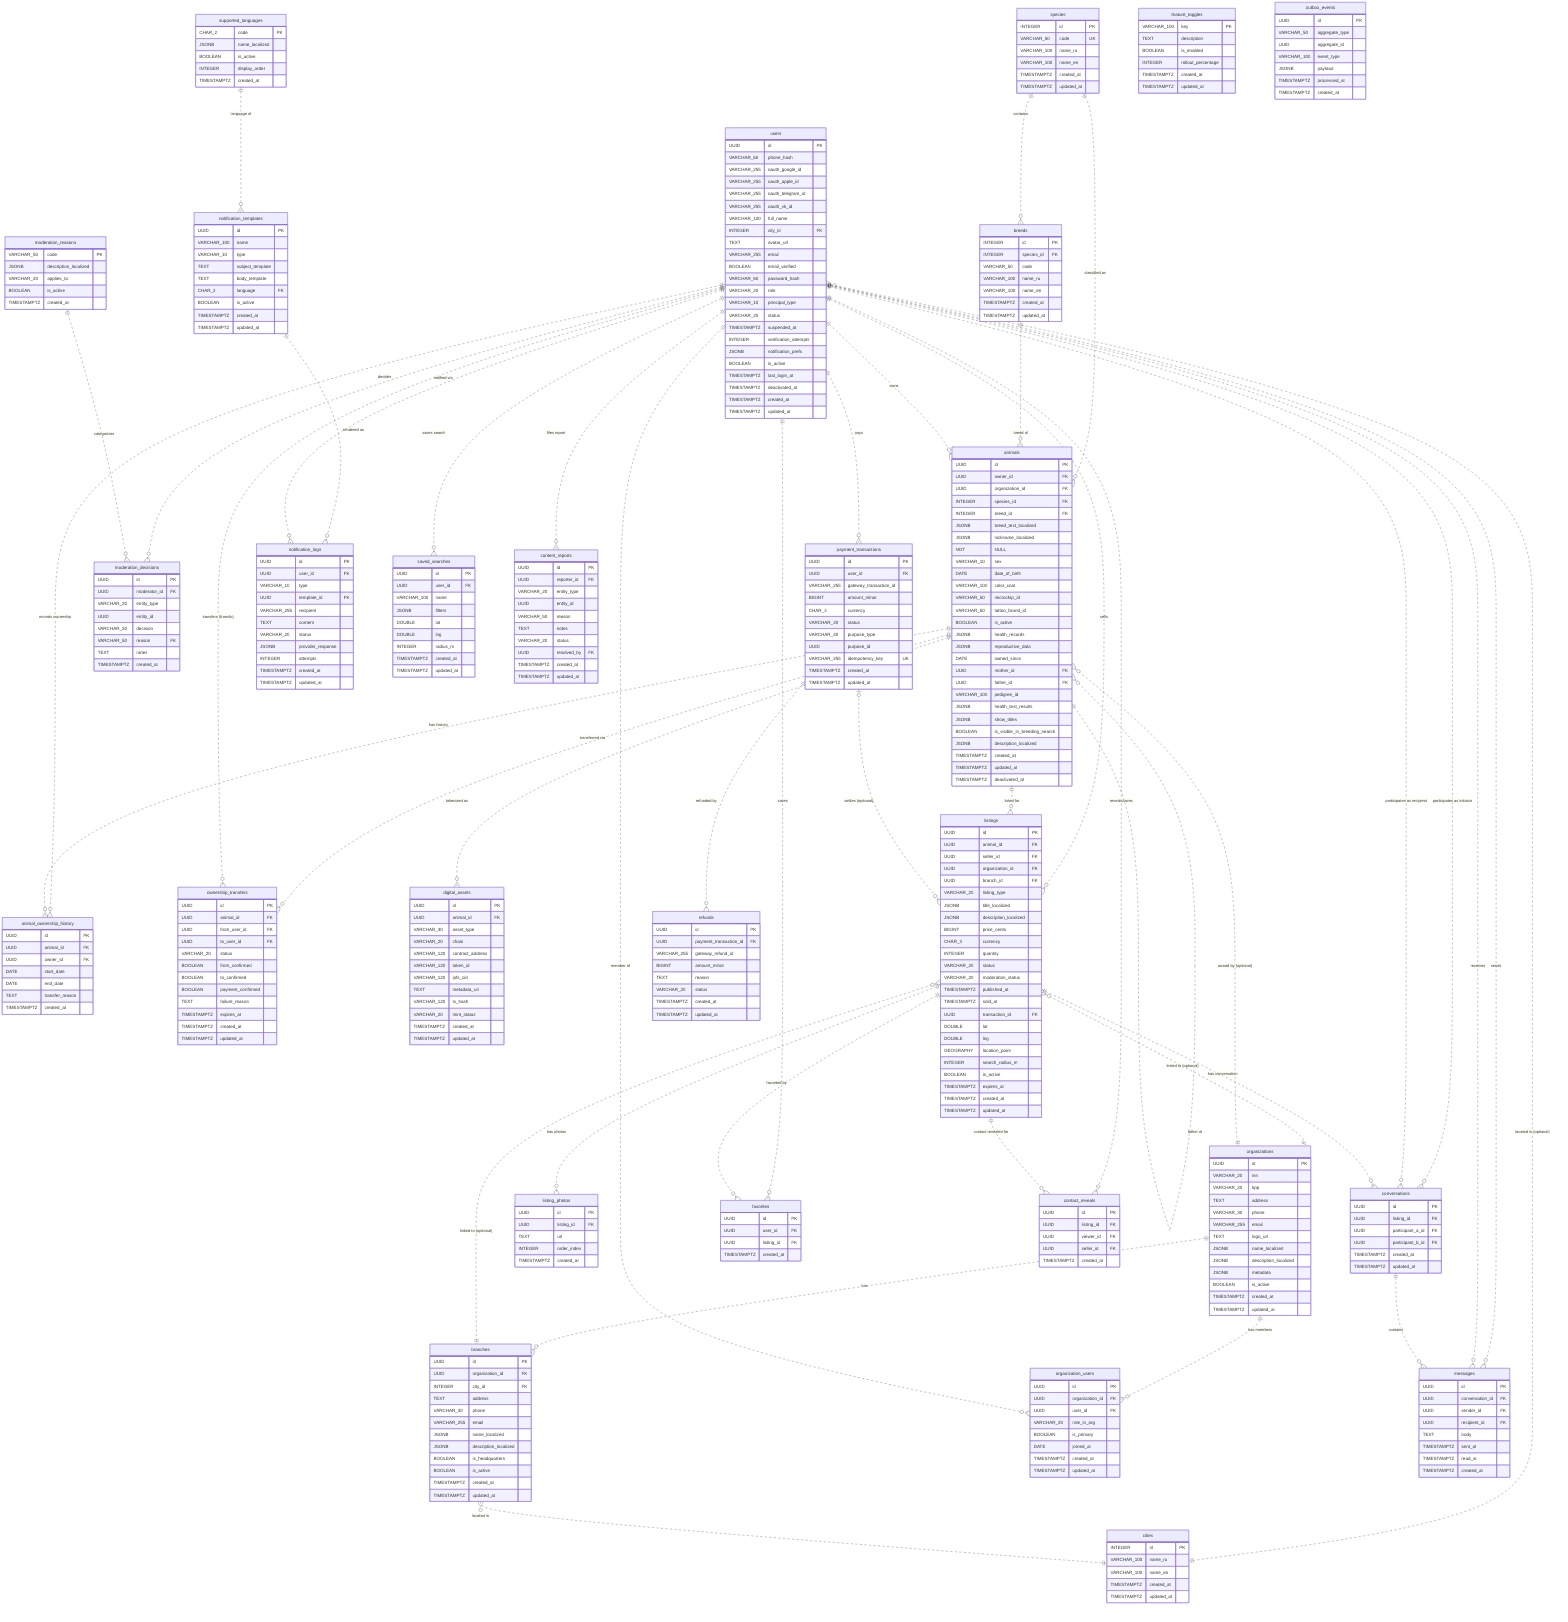
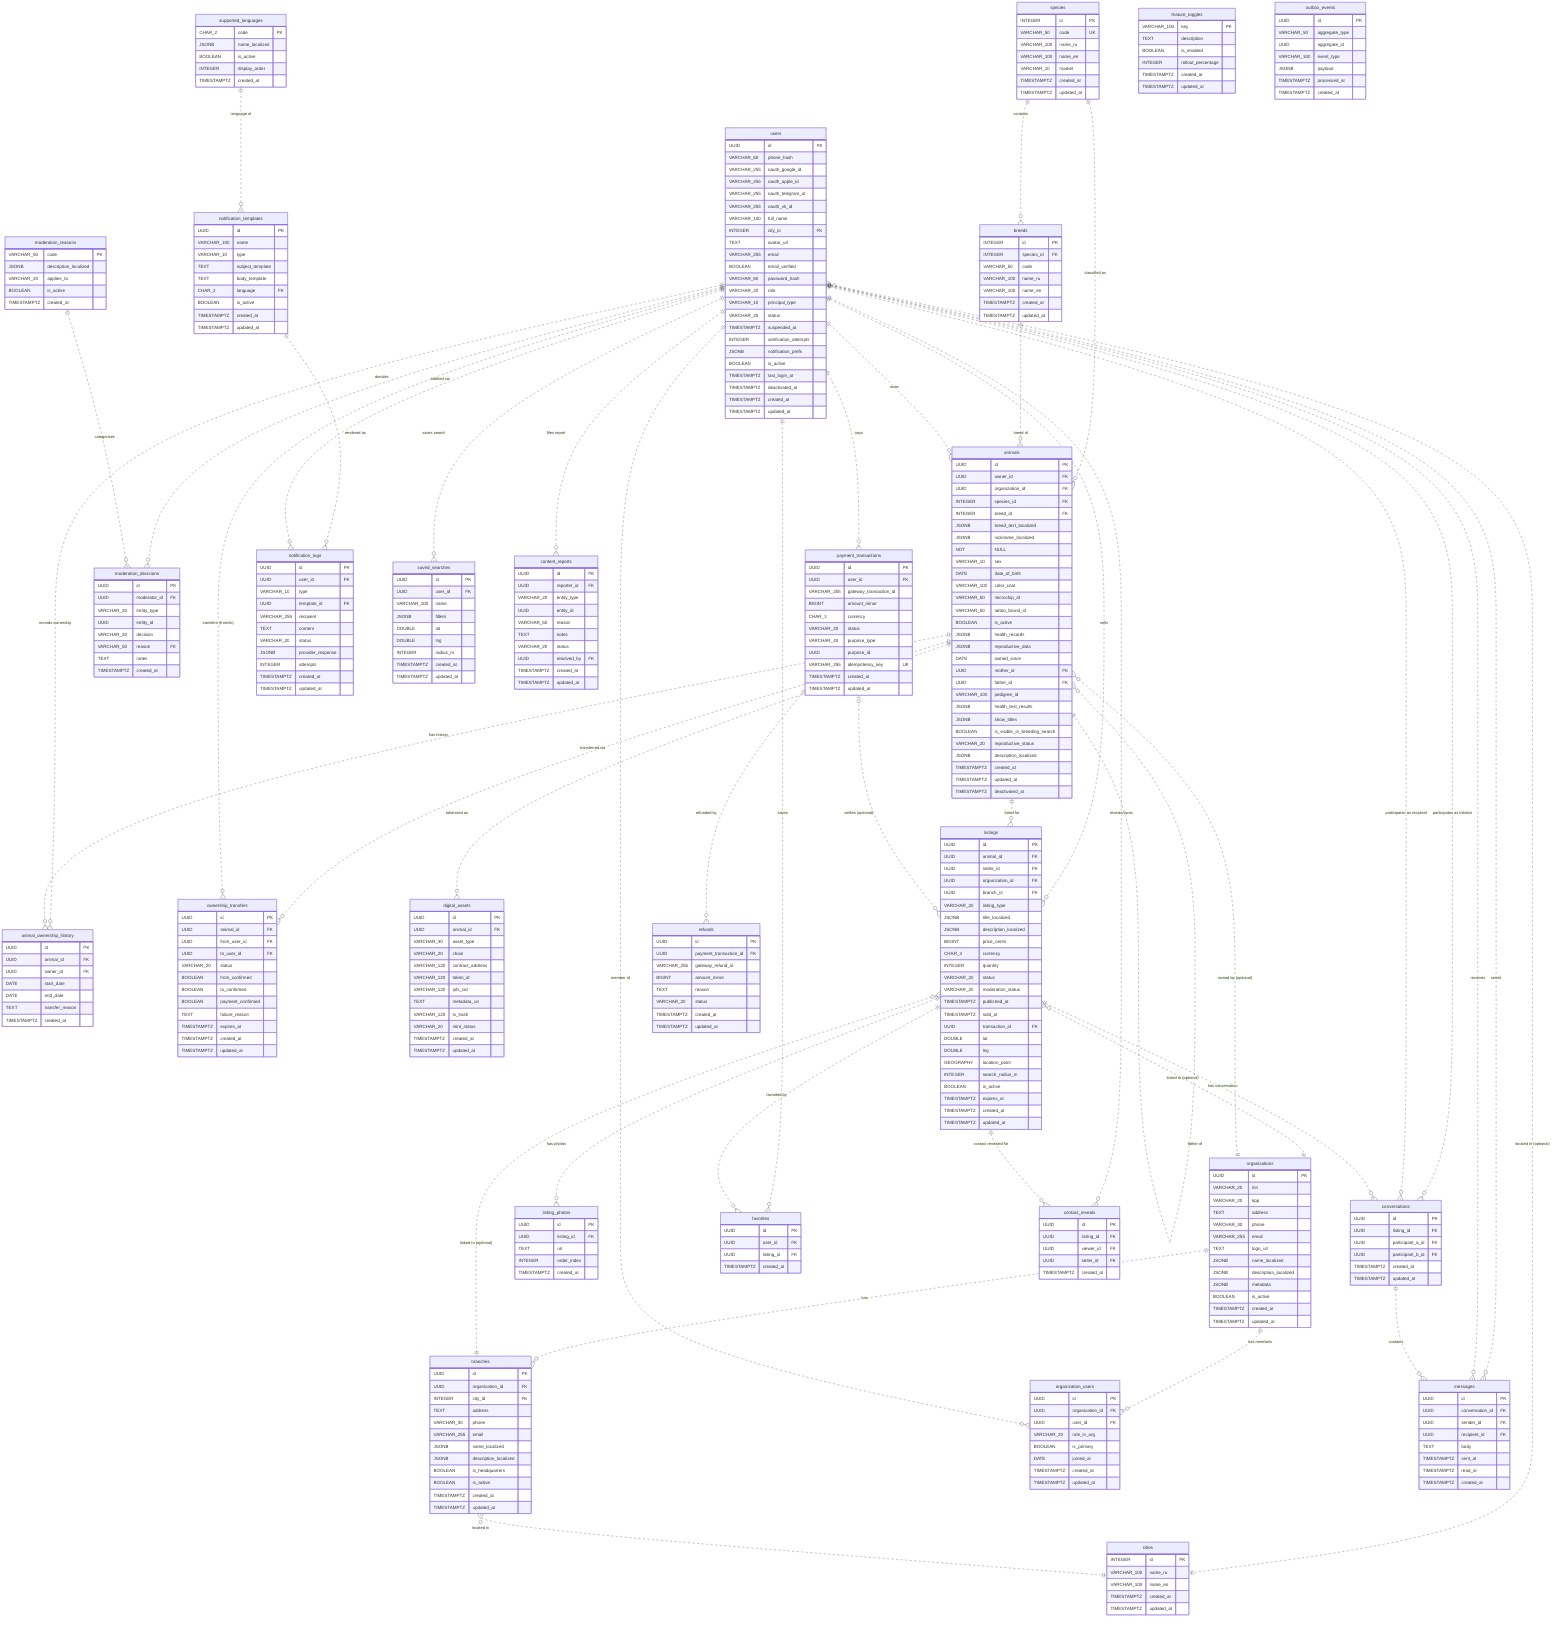
erDiagram
    %% Reference Data Tables
    species {
        INTEGER id PK
        VARCHAR_50 code UK
        VARCHAR_100 name_ru
        VARCHAR_100 name_en
+         VARCHAR_10 market
        TIMESTAMPTZ created_at
        TIMESTAMPTZ updated_at
    }
    breeds {
        INTEGER id PK
        INTEGER species_id FK
        VARCHAR_50 code
        VARCHAR_100 name_ru
        VARCHAR_100 name_en
        TIMESTAMPTZ created_at
        TIMESTAMPTZ updated_at
        %% UK (species_id, code)
    }
    cities {
        INTEGER id PK
        VARCHAR_100 name_ru
        VARCHAR_100 name_en
        TIMESTAMPTZ created_at
        TIMESTAMPTZ updated_at
    }
    supported_languages {
        CHAR_2 code PK
        JSONB name_localized
        BOOLEAN is_active
        INTEGER display_order
        TIMESTAMPTZ created_at
    }

    %% Identity Domain
    users {
        UUID id PK
        VARCHAR_60 phone_hash
        VARCHAR_255 oauth_google_id
        VARCHAR_255 oauth_apple_id
        VARCHAR_255 oauth_telegram_id
        VARCHAR_255 oauth_vk_id
        VARCHAR_100 full_name
        INTEGER city_id FK
        TEXT avatar_url
        VARCHAR_255 email
        BOOLEAN email_verified
        VARCHAR_60 password_hash
        VARCHAR_20 role
        VARCHAR_10 principal_type
        VARCHAR_25 status
        TIMESTAMPTZ suspended_at
        INTEGER verification_attempts
        JSONB notification_prefs
        BOOLEAN is_active
        TIMESTAMPTZ last_login_at
        TIMESTAMPTZ deactivated_at
        TIMESTAMPTZ created_at
        TIMESTAMPTZ updated_at
    }

    %% Animal Domain
    animals {
        UUID id PK
        UUID owner_id FK
        UUID organization_id FK
        INTEGER species_id FK
        INTEGER breed_id FK
        JSONB breed_text_localized
        JSONB nickname_localized NOT NULL
        VARCHAR_10 sex
        DATE date_of_birth
        VARCHAR_100 color_coat
        VARCHAR_50 microchip_id
        VARCHAR_50 tattoo_brand_id
        BOOLEAN is_active
        JSONB health_records
        JSONB reproductive_data
        DATE owned_since
        UUID mother_id FK
        UUID father_id FK
        VARCHAR_100 pedigree_id
        JSONB health_test_results
        JSONB show_titles
        BOOLEAN is_visible_in_breeding_search
+         VARCHAR_20 reproductive_status
        JSONB description_localized
        TIMESTAMPTZ created_at
        TIMESTAMPTZ updated_at
        TIMESTAMPTZ deactivated_at
    }
    animal_ownership_history {
        UUID id PK
        UUID animal_id FK
        UUID owner_id FK
        DATE start_date
        DATE end_date
        TEXT transfer_reason
        TIMESTAMPTZ created_at
    }
    ownership_transfers {
        UUID id PK
        UUID animal_id FK
        UUID from_user_id FK
        UUID to_user_id FK
        VARCHAR_20 status
        BOOLEAN from_confirmed
        BOOLEAN to_confirmed
        BOOLEAN payment_confirmed
        TEXT failure_reason
        TIMESTAMPTZ expires_at
        TIMESTAMPTZ created_at
        TIMESTAMPTZ updated_at
    }
    digital_assets {
        UUID id PK
        UUID animal_id FK
        VARCHAR_30 asset_type
        VARCHAR_20 chain
        VARCHAR_120 contract_address
        VARCHAR_120 token_id
        VARCHAR_120 ipfs_cid
        TEXT metadata_uri
        VARCHAR_120 tx_hash
        VARCHAR_20 mint_status
        TIMESTAMPTZ created_at
        TIMESTAMPTZ updated_at
        %% ADR-0010: NFT readiness hook; gated by feature_toggles
    }

    %% Organization Domain
    organizations {
        UUID id PK
        VARCHAR_20 inn
        VARCHAR_20 kpp
        TEXT address
        VARCHAR_30 phone
        VARCHAR_255 email
        TEXT logo_url
        JSONB name_localized
        JSONB description_localized
        JSONB metadata
        BOOLEAN is_active
        TIMESTAMPTZ created_at
        TIMESTAMPTZ updated_at
    }
    branches {
        UUID id PK
        UUID organization_id FK
        INTEGER city_id FK
        TEXT address
        VARCHAR_30 phone
        VARCHAR_255 email
        JSONB name_localized
        JSONB description_localized
        BOOLEAN is_headquarters
        BOOLEAN is_active
        TIMESTAMPTZ created_at
        TIMESTAMPTZ updated_at
    }
    organization_users {
        UUID id PK
        UUID organization_id FK
        UUID user_id FK
        VARCHAR_20 role_in_org
        BOOLEAN is_primary
        DATE joined_at
        TIMESTAMPTZ created_at
        TIMESTAMPTZ updated_at
        %% UK (organization_id, user_id)
    }

    %% Marketplace/Listings Domain
    listings {
        UUID id PK
        UUID animal_id FK
        UUID seller_id FK
        UUID organization_id FK
        UUID branch_id FK
        VARCHAR_20 listing_type
        JSONB title_localized
        JSONB description_localized
        BIGINT price_cents
        CHAR_3 currency
        INTEGER quantity
        VARCHAR_20 status
        VARCHAR_20 moderation_status
        TIMESTAMPTZ published_at
        TIMESTAMPTZ sold_at
        UUID transaction_id FK
        DOUBLE lat
        DOUBLE lng
        GEOGRAPHY location_point
        INTEGER search_radius_m
        BOOLEAN is_active
        TIMESTAMPTZ expires_at
        TIMESTAMPTZ created_at
        TIMESTAMPTZ updated_at
        %% UK (animal_id, listing_type) WHERE status='ACTIVE'
    }
    listing_photos {
        UUID id PK
        UUID listing_id FK
        TEXT url
        INTEGER order_index
        TIMESTAMPTZ created_at
    }
    conversations {
        UUID id PK
        UUID listing_id FK
        UUID participant_a_id FK
        UUID participant_b_id FK
        TIMESTAMPTZ created_at
        TIMESTAMPTZ updated_at
    }
    messages {
        UUID id PK
        UUID conversation_id FK
        UUID sender_id FK
        UUID recipient_id FK
        TEXT body
        TIMESTAMPTZ sent_at
        TIMESTAMPTZ read_at
        TIMESTAMPTZ created_at
    }

    %% Moderation Domain
    moderation_reasons {
        VARCHAR_50 code PK
        JSONB description_localized
        VARCHAR_20 applies_to
        BOOLEAN is_active
        TIMESTAMPTZ created_at
    }
    moderation_decisions {
        UUID id PK
        UUID moderator_id FK
        VARCHAR_20 entity_type
        UUID entity_id
        VARCHAR_20 decision
        VARCHAR_50 reason FK
        TEXT notes
        TIMESTAMPTZ created_at
        %% append-only (immutable)
    }

    %% Payment Domain
    payment_transactions {
        UUID id PK
        UUID user_id FK
        VARCHAR_255 gateway_transaction_id
        BIGINT amount_minor
        CHAR_3 currency
        VARCHAR_20 status
        VARCHAR_40 purpose_type
        UUID purpose_id
        VARCHAR_255 idempotency_key UK
        TIMESTAMPTZ created_at
        TIMESTAMPTZ updated_at
    }
    refunds {
        UUID id PK
        UUID payment_transaction_id FK
        VARCHAR_255 gateway_refund_id
        BIGINT amount_minor
        TEXT reason
        VARCHAR_20 status
        TIMESTAMPTZ created_at
        TIMESTAMPTZ updated_at
    }

    %% Notification Domain
    notification_templates {
        UUID id PK
        VARCHAR_100 name
        VARCHAR_10 type
        TEXT subject_template
        TEXT body_template
        CHAR_2 language FK
        BOOLEAN is_active
        TIMESTAMPTZ created_at
        TIMESTAMPTZ updated_at
        %% UK (name, type, language)
    }
    notification_logs {
        UUID id PK
        UUID user_id FK
        VARCHAR_10 type
        UUID template_id FK
        VARCHAR_255 recipient
        TEXT content
        VARCHAR_20 status
        JSONB provider_response
        INTEGER attempts
        TIMESTAMPTZ created_at
        TIMESTAMPTZ updated_at
    }

    %% Favorites & Saved Searches (MVP)
    favorites {
        UUID id PK
        UUID user_id FK
        UUID listing_id FK
        TIMESTAMPTZ created_at
        %% UK (user_id, listing_id)
    }
    saved_searches {
        UUID id PK
        UUID user_id FK
        VARCHAR_100 name
        JSONB filters
        DOUBLE lat
        DOUBLE lng
        INTEGER radius_m
        TIMESTAMPTZ created_at
        TIMESTAMPTZ updated_at
    }
    content_reports {
        UUID id PK
        UUID reporter_id FK
        VARCHAR_20 entity_type
        UUID entity_id
        VARCHAR_50 reason
        TEXT notes
        VARCHAR_20 status
        UUID resolved_by FK
        TIMESTAMPTZ created_at
        TIMESTAMPTZ updated_at
    }
    contact_reveals {
        UUID id PK
        UUID listing_id FK
        UUID viewer_id FK
        UUID seller_id FK
        TIMESTAMPTZ created_at
        %% ADR-0005: MVP "contact the seller" (no chat); audit + rate-limit source
    }

    %% Extensibility / System Tables
    feature_toggles {
        VARCHAR_100 key PK
        TEXT description
        BOOLEAN is_enabled
        INTEGER rollout_percentage
        TIMESTAMPTZ created_at
        TIMESTAMPTZ updated_at
    }
    outbox_events {
        UUID id PK
        VARCHAR_50 aggregate_type
        UUID aggregate_id
        VARCHAR_100 event_type
        JSONB payload
        TIMESTAMPTZ processed_at
        TIMESTAMPTZ created_at
    }

    %% Relationships
    species ||..o{ breeds : "contains"
    species ||..o{ animals : "classified as"
    breeds ||..o{ animals : "breed of"
    users }o..|| cities : "located in (optional)"
    users ||..o{ animals : "owns"
    users ||..o{ animal_ownership_history : "records ownership"
    users ||..o{ listings : "sells"
    users ||..o{ conversations : "participates as initiator"
    users ||..o{ conversations : "participates as recipient"
    users ||..o{ messages : "sends"
    users ||..o{ messages : "receives"
    animals ||..o{ animal_ownership_history : "has history"
    animals ||..o{ listings : "listed for"
    animals ||..o{ ownership_transfers : "transferred via"
    users ||..o{ ownership_transfers : "transfers (from/to)"
    animals ||..o{ digital_assets : "tokenized as"
    animals }o..|| animals : "mother of"
    animals }o..|| animals : "father of"
    listings ||..o{ listing_photos : "has photos"
    listings ||..o{ conversations : "has conversation"
    conversations ||..o{ messages : "contains"
    users ||..o{ favorites : "saves"
    listings ||..o{ favorites : "favorited by"
    users ||..o{ saved_searches : "saves search"
    users ||..o{ content_reports : "files report"
    users ||..o{ contact_reveals : "reveals/owns"
    listings ||..o{ contact_reveals : "contact revealed for"

    %% Organization Domain Relationships (junction = M:N resolved)
    organizations ||..o{ organization_users : "has members"
    users ||..o{ organization_users : "member of"
    organizations ||..o{ branches : "has"
    branches }o..|| cities : "located in"
    listings }o..|| organizations : "linked to (optional)"
    listings }o..|| branches : "linked to (optional)"
    animals }o..|| organizations : "owned by (optional)"

    %% Moderation / Payment / Notification Relationships
    users ||..o{ moderation_decisions : "decides"
    moderation_reasons ||..o{ moderation_decisions : "categorizes"
    users ||..o{ payment_transactions : "pays"
    payment_transactions ||..o{ refunds : "refunded by"
    payment_transactions |o..o{ listings : "settles (optional)"
    supported_languages ||..o{ notification_templates : "language of"
    notification_templates ||..o{ notification_logs : "rendered as"
    users ||..o{ notification_logs : "notified via"
